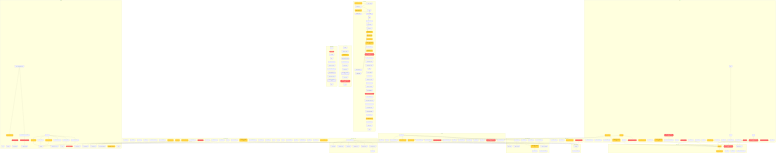
wronai/fixos keeps this Mermaid diagram as project/flow.png. Above is the earlier version. Its source is kept beside it as project/flow.mmd.
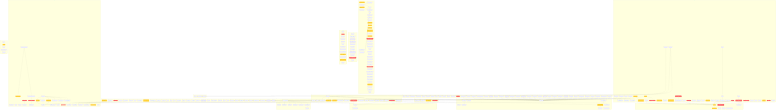
The same file after the commit.

Diff of the diagram source:
```diff
@@ -31,7 +31,7 @@
         fixos__cli___handle_natural_command{{_handle_natural_command CC=37}}
         fixos__cli___validate_result_with_llm("_validate_result_with_llm CC=13")
         fixos__cli___print_welcome["_print_welcome"]
-        fixos__cli__scan("scan CC=10")
+        fixos__cli__scan("scan CC=12")
         fixos__cli___run_disk_analysis{{_run_disk_analysis CC=18}}
         fixos__cli___print_quick_issues("_print_quick_issues CC=14")
         fixos__cli__fix{{fix CC=18}}
@@ -52,6 +52,17 @@
         fixos__cli__test_llm["test_llm"]
         fixos__cli__orchestrate("orchestrate CC=13")
         fixos__cli__cleanup_services{{cleanup_services CC=33}}
+        fixos__cli__rollback["rollback"]
+        fixos__cli__rollback_list["rollback_list"]
+        fixos__cli__rollback_show["rollback_show"]
+        fixos__cli__rollback_undo["rollback_undo"]
+        fixos__cli__watch["watch"]
+        fixos__cli__profile["profile"]
+        fixos__cli__profile_list["profile_list"]
+        fixos__cli__profile_show["profile_show"]
+        fixos__cli__quickfix("quickfix CC=12")
+        fixos__cli__report{{report CC=16}}
+        fixos__cli__history["history"]
         fixos__cli__main["main"]
     end
     subgraph fixos_config
@@ -161,6 +172,12 @@
         fixos___session_summary["_session_summary"]
         fixos___default_confirm["_default_confirm"]
         fixos___default_progress("_default_progress CC=8")
+        fixos__record["record"]
+        fixos__get_rollback_commands["get_rollback_commands"]
+        fixos__rollback_last["rollback_last"]
+        fixos___save["_save"]
+        fixos__load["load"]
+        fixos__list_sessions["list_sessions"]
     end
     subgraph fixos_platform_utils
         fixos__platform_utils__get_os_info["get_os_info"]
@@ -174,10 +191,63 @@
         fixos__platform_utils__setup_signal_timeout["setup_signal_timeout"]
         fixos__platform_utils__cancel_signal_timeout["cancel_signal_timeout"]
     end
+    subgraph fixos_plugins
+        fixos__plugins__registry__PluginRegistry____init__["__init__"]
+        fixos__plugins__registry__PluginRegistry__discover["discover"]
+        fixos___register_builtins["_register_builtins"]
+        fixos___register_external["_register_external"]
+        fixos__plugins__registry__PluginRegistry__register["register"]
+        fixos__list_plugins["list_plugins"]
+        fixos__get_plugin["get_plugin"]
+        fixos__plugins__registry__PluginRegistry__run["run"]
+        fixos__plugins__base__DiagnosticResult__to_dict["to_dict"]
+        fixos__plugins__base__DiagnosticPlugin__diagnose["diagnose"]
+        fixos__plugins__base__DiagnosticPlugin__can_run["can_run"]
+        fixos__get_metadata["get_metadata"]
+        fixos__diagnose("diagnose CC=14")
+        fixos___check_cpu["_check_cpu"]
+        fixos___check_ram["_check_ram"]
+        fixos___check_top_processes["_check_top_processes"]
+        fixos___check_zombies["_check_zombies"]
+        fixos___check_swap["_check_swap"]
+        fixos__diagnose{{diagnose CC=16}}
+        fixos___check_firewall("_check_firewall CC=8")
+        fixos___check_selinux["_check_selinux"]
+        fixos___check_open_ports["_check_open_ports"]
+        fixos___check_ssh("_check_ssh CC=8")
+        fixos___check_fail2ban["_check_fail2ban"]
+        fixos__plugins__builtin__audio__Plugin__diagnose("diagnose CC=10")
+        fixos___check_alsa["_check_alsa"]
+        fixos___check_pipewire["_check_pipewire"]
+        fixos___check_wireplumber["_check_wireplumber"]
+        fixos__plugins__builtin__audio__Plugin___check_sof["_check_sof"]
+        fixos__plugins__builtin__disk__Plugin__diagnose("diagnose CC=12")
+        fixos___check_usage["_check_usage"]
+        fixos___check_inodes["_check_inodes"]
+        fixos___check_readonly["_check_readonly"]
+        fixos__diagnose("diagnose CC=12")
+        fixos___check_gpu["_check_gpu"]
+        fixos___check_battery("_check_battery CC=8")
+        fixos___check_touchpad["_check_touchpad"]
+        fixos___check_camera["_check_camera"]
+        fixos___check_dmi["_check_dmi"]
+        fixos__diagnose("diagnose CC=10")
+        fixos___check_cache["_check_cache"]
+        fixos___check_ffmpegthumbnailer["_check_ffmpegthumbnailer"]
+        fixos___check_totem["_check_totem"]
+        fixos___check_gstreamer["_check_gstreamer"]
+    end
+    subgraph fixos_profiles
+        fixos__profiles__Profile__load["load"]
+        fixos__profiles__Profile__list_available["list_available"]
+        fixos__profiles__Profile__to_dict["to_dict"]
+    end
     subgraph fixos_providers
         fixos__providers__llm__LLMClient____init__["__init__"]
         fixos__providers__llm__LLMClient__chat{{chat CC=15}}
         fixos__providers__llm__LLMClient__chat_stream["chat_stream"]
+        fixos__providers__llm__LLMClient__chat_structured["chat_structured"]
+        fixos__providers__llm__LLMClient___extract_json["_extract_json"]
         fixos__providers__llm__LLMClient__ping["ping"]
         fixos____init__["__init__"]
         fixos__analyze_disk_issues["analyze_disk_issues"]
@@ -199,6 +269,7 @@
         fixos__system_checks__get_full_diagnostics["get_full_diagnostics"]
     end
     subgraph fixos_utils
+        fixos__utils__timeout__timeout_handler["timeout_handler"]
         fixos__utils__anonymizer__AnonymizationReport__add["add"]
         fixos__summary["summary"]
         fixos__utils__anonymizer___get_sensitive["_get_sensitive"]
@@ -226,9 +297,17 @@
         fixos__utils__terminal__render_tree_colored("render_tree_colored CC=8")
         fixos__utils__terminal___wrap["_wrap"]
     end
+    subgraph fixos_watch
+        fixos__watch__WatchDaemon____init__["__init__"]
+        fixos__watch__WatchDaemon__run("run CC=12")
+        fixos__watch__WatchDaemon__stop["stop"]
+        fixos__watch__WatchDaemon___check_for_new_issues["_check_for_new_issues"]
+        fixos__watch__WatchDaemon___notify["_notify"]
+    end
     fixos__platform_utils__elevate_cmd --> fixos__platform_utils__needs_elevation
     fixos__platform_utils__get_package_manager --> fixos__platform_utils___cmd_exists
     fixos__platform_utils__install_package_cmd --> fixos__platform_utils__get_package_manager
+    fixos__anonymizer__anonymize --> fixos__anonymizer__get_sensitive_values
     fixos__system_checks__get_fedora_specific --> fixos__system_checks__run_cmd
     fixos__system_checks__get_full_diagnostics --> fixos__system_checks__get_cpu_info
     fixos__system_checks__get_full_diagnostics --> fixos__system_checks__get_memory_info
@@ -236,7 +315,6 @@
     fixos__system_checks__get_full_diagnostics --> fixos__system_checks__get_network_info
     fixos__system_checks__get_full_diagnostics --> fixos__system_checks__get_top_processes
     fixos__system_checks__get_full_diagnostics --> fixos__system_checks__get_fedora_specific
-    fixos__anonymizer__anonymize --> fixos__anonymizer__get_sensitive_values
     fixos__llm_shell__run_llm_shell --> fixos__anonymizer__anonymize
     fixos__diagnostics__system_checks__diagnose_audio --> fixos__diagnostics__system_checks___cmd
     fixos__diagnose_thumbnails --> fixos__diagnostics__system_checks___cmd
@@ -280,6 +358,30 @@
     fixos___default_confirm --> fixos__utils__terminal__print_cmd_block
     fixos___default_progress --> fixos__utils__terminal__print_stdout_box
     fixos___default_progress --> fixos__utils__terminal__print_stderr_box
+    fixos___check_cpu --> fixos__platform_utils__run_command
+    fixos___check_top_processes --> fixos__platform_utils__run_command
+    fixos___check_zombies --> fixos__platform_utils__run_command
+    fixos___check_firewall --> fixos__platform_utils__run_command
+    fixos___check_selinux --> fixos__platform_utils__run_command
+    fixos___check_open_ports --> fixos__platform_utils__run_command
+    fixos___check_ssh --> fixos__platform_utils__run_command
+    fixos___check_fail2ban --> fixos__platform_utils__run_command
+    fixos___check_alsa --> fixos__platform_utils__run_command
+    fixos___check_pipewire --> fixos__platform_utils__run_command
+    fixos___check_wireplumber --> fixos__platform_utils__run_command
+    fixos__plugins__builtin__audio__Plugin___check_sof --> fixos__platform_utils__run_command
+    fixos___check_usage --> fixos__platform_utils__run_command
+    fixos___check_inodes --> fixos__platform_utils__run_command
+    fixos___check_readonly --> fixos__platform_utils__run_command
+    fixos___check_gpu --> fixos__platform_utils__run_command
+    fixos___check_battery --> fixos__platform_utils__run_command
+    fixos___check_touchpad --> fixos__platform_utils__run_command
+    fixos___check_camera --> fixos__platform_utils__run_command
+    fixos___check_dmi --> fixos__platform_utils__run_command
+    fixos___check_cache --> fixos__platform_utils__run_command
+    fixos___check_ffmpegthumbnailer --> fixos__platform_utils__run_command
+    fixos___check_totem --> fixos__platform_utils__run_command
+    fixos___check_gstreamer --> fixos__platform_utils__run_command
     fixos__cli__cli --> fixos__cli___print_welcome
     fixos__cli__ask --> fixos__cli___handle_natural_command
     fixos__cli___handle_natural_command --> fixos__config__FixOsConfig__load
@@ -297,9 +399,16 @@
     fixos__cli__test_llm --> fixos__config__FixOsConfig__load
     fixos__cli__orchestrate --> fixos__config__FixOsConfig__load
     fixos__cli__orchestrate --> fixos__system_checks__get_full_diagnostics
+    fixos__cli__rollback_list --> fixos__list_sessions
+    fixos__cli__rollback_show --> fixos__load
+    fixos__cli__rollback_undo --> fixos__load
+    fixos__cli__profile_list --> fixos__profiles__Profile__list_available
+    fixos__cli__profile_list --> fixos__profiles__Profile__load
+    fixos__cli__profile_show --> fixos__profiles__Profile__load
+    fixos__cli__history --> fixos__list_sessions
     fixos__cli__main --> fixos__cli__cli
 
     classDef highCC fill:#ff6b6b,stroke:#c92a2a,color:#fff
     classDef medCC fill:#ffd43b,stroke:#f08c00,color:#000
-    class fixos__llm_shell__run_llm_shell,fixos___identify_cache_type,fixos__agent__hitl__run_hitl_session,fixos__config__interactive_provider_setup,fixos__providers__llm__LLMClient__chat,fixos__agent__autonomous__run_autonomous_session,fixos__utils__anonymizer__anonymize,fixos__utils__anonymizer___dict_to_markdown,fixos___get_docker_details,fixos__utils__terminal__render_md,fixos___generate_recommendations,fixos__run_sync,fixos__cli___handle_natural_command,fixos__cli___run_disk_analysis,fixos__cli__fix,fixos__cli__execute_cleanup_actions,fixos__cli__token_set,fixos__cli__cleanup_services highCC
-    class fixos__platform_utils__get_package_manager,fixos__llm_shell__execute_command,fixos__diagnostics__system_checks__diagnose_system,fixos__diagnose_resources,fixos__get_cache_dirs,fixos__get_log_dirs,fixos__get_temp_dirs,fixos__suggest_cleanup_actions,fixos___categorize_file,fixos__agent__hitl___print_cmd_result,fixos__agent__hitl___extract_fixes,fixos__config___load_env_files,fixos__config__FixOsConfig__load,fixos___sanitize_suggestion,fixos__enhance_heuristics_with_llm,fixos__utils__anonymizer___colorize_md_line,fixos__utils__web_search__search_arch_wiki,fixos__utils__web_search__search_ddg,fixos__get_cleanup_plan,fixos__utils__terminal__render_tree_colored,fixos__execute_sync,fixos__execute,fixos__prioritize_actions,fixos__create_cleanup_plan,fixos___get_category_for_action,fixos___recalculate_order,fixos___evaluate_and_rediagnose,fixos___default_progress,fixos__cli___validate_result_with_llm,fixos__cli__scan medCC
+    class fixos__llm_shell__run_llm_shell,fixos___identify_cache_type,fixos__agent__hitl__run_hitl_session,fixos__config__interactive_provider_setup,fixos__agent__autonomous__run_autonomous_session,fixos___get_docker_details,fixos__providers__llm__LLMClient__chat,fixos__utils__anonymizer__anonymize,fixos__utils__anonymizer___dict_to_markdown,fixos__utils__terminal__render_md,fixos__run_sync,fixos___generate_recommendations,fixos__diagnose,fixos__cli___handle_natural_command,fixos__cli___run_disk_analysis,fixos__cli__fix,fixos__cli__execute_cleanup_actions,fixos__cli__token_set,fixos__cli__cleanup_services,fixos__cli__report highCC
+    class fixos__watch__WatchDaemon__run,fixos__platform_utils__get_package_manager,fixos__llm_shell__execute_command,fixos__diagnostics__system_checks__diagnose_system,fixos__diagnose_resources,fixos__get_cache_dirs,fixos__get_log_dirs,fixos__get_temp_dirs,fixos__suggest_cleanup_actions,fixos___categorize_file,fixos__agent__hitl___print_cmd_result,fixos__agent__hitl___extract_fixes,fixos__config___load_env_files,fixos__config__FixOsConfig__load,fixos__get_cleanup_plan,fixos___sanitize_suggestion,fixos__enhance_heuristics_with_llm,fixos__utils__anonymizer___colorize_md_line,fixos__utils__web_search__search_arch_wiki,fixos__utils__web_search__search_ddg,fixos__utils__terminal__render_tree_colored,fixos__execute_sync,fixos__execute,fixos___recalculate_order,fixos___evaluate_and_rediagnose,fixos___default_progress,fixos__prioritize_actions,fixos__create_cleanup_plan,fixos___get_category_for_action,fixos__diagnose medCC
```
